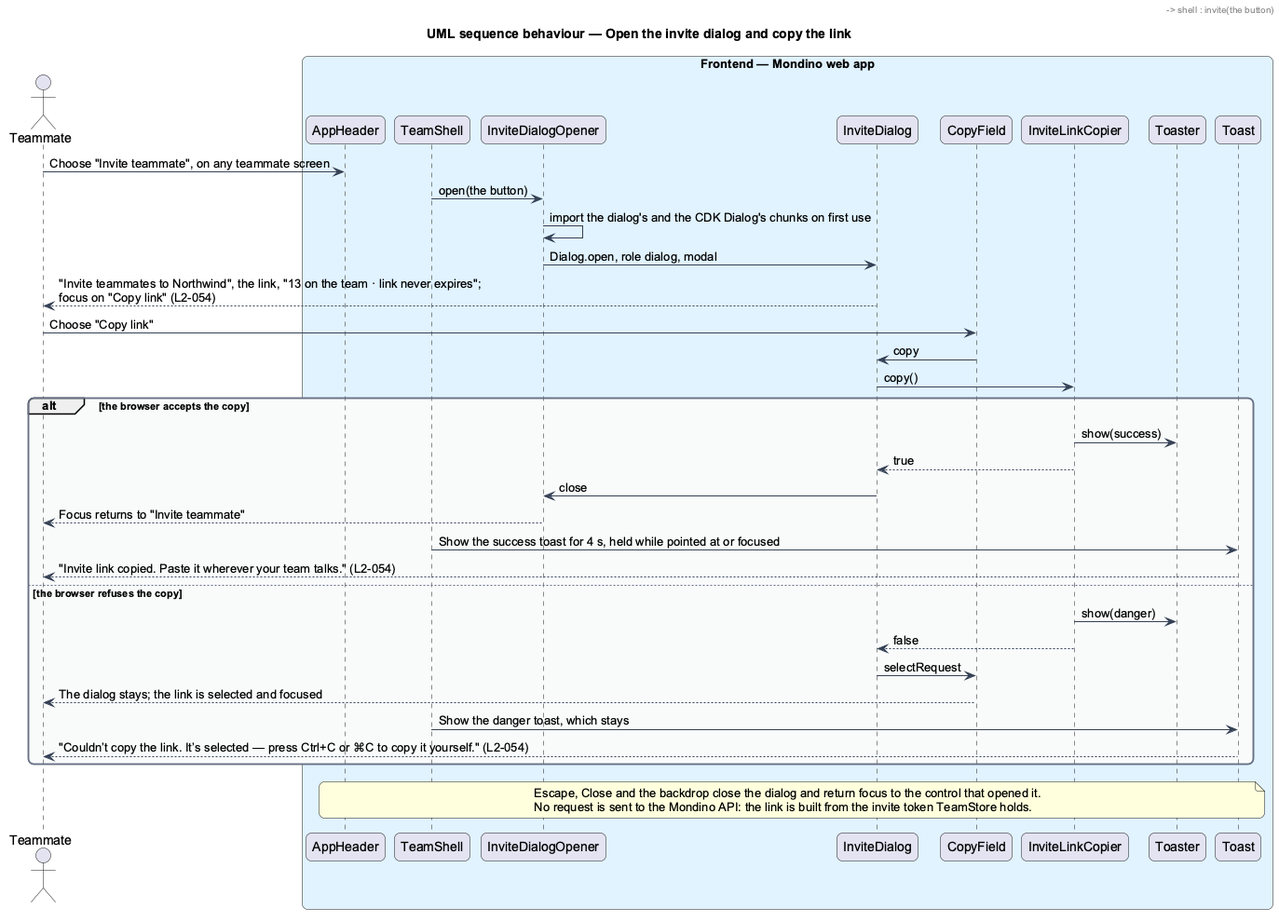
This is docs/detailed-designs/joining/invite-teammates/diagrams/sequence-copy-invite-link.png from QuinntyneBrown/Mondino, a PlantUML export, as it was before one commit.
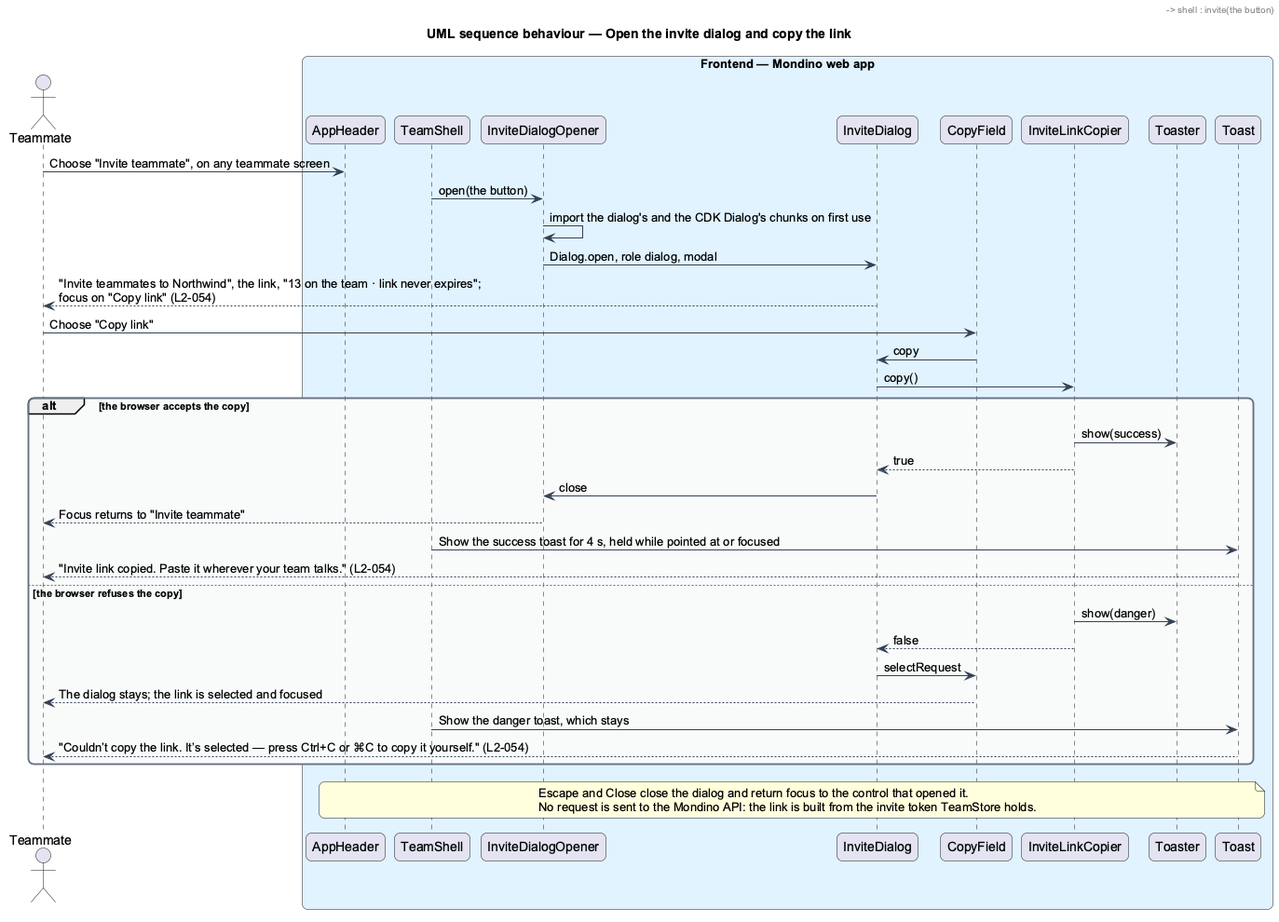
The same file after the commit.

Commit message:
Bring the invite design in line with what was built

Diff of the diagram source:
```diff
@@ -50,7 +50,7 @@
   toast --> actor : "Couldn’t copy the link. It’s selected — press Ctrl+C or ⌘C to copy it yourself." (L2-054)
 end
 note over header, toast
-  Escape, Close and the backdrop close the dialog and return focus to the control that opened it.
+  Escape and Close close the dialog and return focus to the control that opened it.
   No request is sent to the Mondino API: the link is built from the invite token TeamStore holds.
 end note
 @enduml
```
